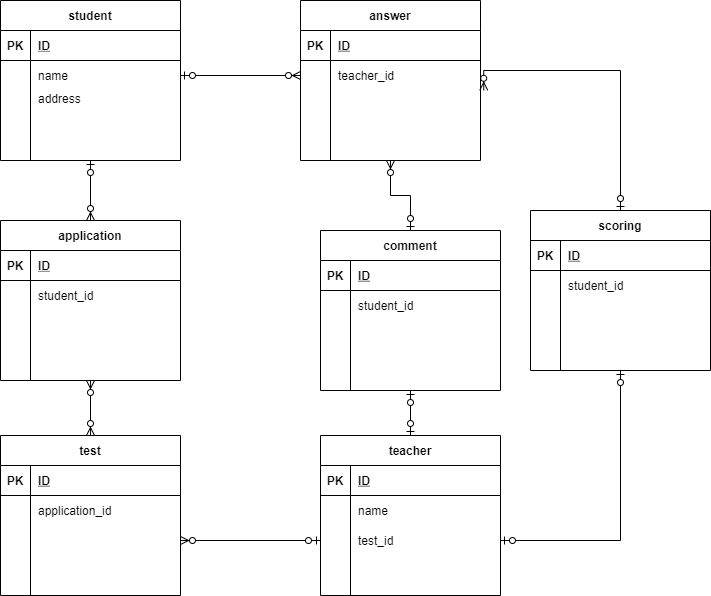
This is index.drawio.png from kouheidesu/gyarmex11, a draw.io export, as it was before one commit. Source tidied: cells renumbered, new cells last; positions are measured from the earlier drawing's top-left corner, leaving out a move shared by most shapes.
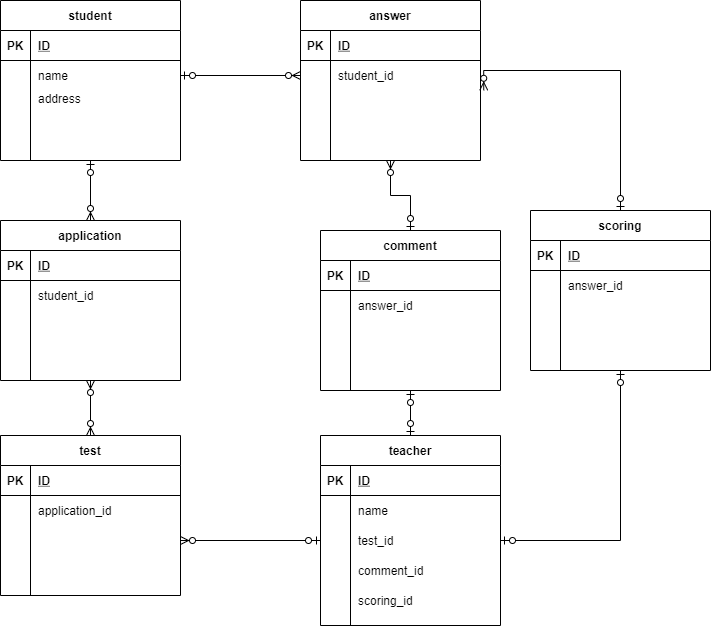
After the change.

Change to the diagram source:
```diff
@@ -68,7 +68,7 @@
     <mxCell id="23" style="shape=partialRectangle;fillColor=none;top=0;left=0;bottom=0;right=0;overflow=hidden;" parent="22" vertex="1">
       <mxGeometry width="30" height="30" as="geometry" />
     </mxCell>
-    <mxCell id="24" value="student_id" style="shape=partialRectangle;fillColor=none;top=0;left=0;bottom=0;right=0;align=left;spacingLeft=6;overflow=hidden;" parent="22" vertex="1">
+    <mxCell id="24" value="answer_id" style="shape=partialRectangle;fillColor=none;top=0;left=0;bottom=0;right=0;align=left;spacingLeft=6;overflow=hidden;" parent="22" vertex="1">
       <mxGeometry x="30" width="150" height="30" as="geometry" />
     </mxCell>
     <mxCell id="25" style="shape=partialRectangle;fillColor=none;top=0;left=0;bottom=0;right=0;" parent="18" vertex="1">
@@ -90,7 +90,7 @@
       <mxGeometry x="30" width="150" height="30" as="geometry" />
     </mxCell>
     <mxCell id="31" value="teacher" style="shape=table;startSize=30;rowLines=0;fontStyle=1;align=center;" parent="1" vertex="1">
-      <mxGeometry x="320" y="435" width="180" height="160" as="geometry" />
+      <mxGeometry x="320" y="435" width="180" height="190" as="geometry" />
     </mxCell>
     <mxCell id="32" style="shape=partialRectangle;fillColor=none;top=0;left=0;bottom=1;right=0;" parent="31" vertex="1">
       <mxGeometry y="30" width="180" height="30" as="geometry" />
@@ -125,9 +125,18 @@
     <mxCell id="42" style="shape=partialRectangle;fillColor=none;top=0;left=0;bottom=0;right=0;overflow=hidden;" parent="41" vertex="1">
       <mxGeometry width="30" height="30" as="geometry" />
     </mxCell>
-    <mxCell id="43" style="shape=partialRectangle;fillColor=none;top=0;left=0;bottom=0;right=0;align=left;spacingLeft=6;overflow=hidden;" parent="41" vertex="1">
+    <mxCell id="43" value="comment_id" style="shape=partialRectangle;fillColor=none;top=0;left=0;bottom=0;right=0;align=left;spacingLeft=6;overflow=hidden;" parent="41" vertex="1">
       <mxGeometry x="30" width="150" height="30" as="geometry" />
     </mxCell>
+    <mxCell id="101" style="shape=partialRectangle;fillColor=none;top=0;left=0;bottom=0;right=0;" parent="31" vertex="1">
+      <mxGeometry y="150" width="180" height="30" as="geometry" />
+    </mxCell>
+    <mxCell id="102" style="shape=partialRectangle;fillColor=none;top=0;left=0;bottom=0;right=0;overflow=hidden;" parent="101" vertex="1">
+      <mxGeometry width="30" height="30" as="geometry" />
+    </mxCell>
+    <mxCell id="103" value="scoring_id" style="shape=partialRectangle;fillColor=none;top=0;left=0;bottom=0;right=0;align=left;spacingLeft=6;overflow=hidden;" parent="101" vertex="1">
+      <mxGeometry x="30" width="150" height="30" as="geometry" />
+    </mxCell>
     <mxCell id="44" style="edgeStyle=orthogonalEdgeStyle;rounded=0;jettySize=auto;html=1;exitX=0.5;exitY=1;exitDx=0;exitDy=0;startArrow=ERzeroToMany;startFill=1;endArrow=ERzeroToMany;endFill=1;" parent="1" edge="1" source="45" target="86">
       <mxGeometry relative="1" as="geometry" />
     </mxCell>
@@ -194,7 +203,7 @@
     <mxCell id="65" style="shape=partialRectangle;fillColor=none;top=0;left=0;bottom=0;right=0;overflow=hidden;" parent="64" vertex="1">
       <mxGeometry width="30" height="30" as="geometry" />
     </mxCell>
-    <mxCell id="66" value="student_id" style="shape=partialRectangle;fillColor=none;top=0;left=0;bottom=0;right=0;align=left;spacingLeft=6;overflow=hidden;" parent="64" vertex="1">
+    <mxCell id="66" value="answer_id" style="shape=partialRectangle;fillColor=none;top=0;left=0;bottom=0;right=0;align=left;spacingLeft=6;overflow=hidden;" parent="64" vertex="1">
       <mxGeometry x="30" width="150" height="30" as="geometry" />
     </mxCell>
     <mxCell id="67" style="shape=partialRectangle;fillColor=none;top=0;left=0;bottom=0;right=0;" parent="60" vertex="1">
@@ -233,7 +242,7 @@
     <mxCell id="78" style="shape=partialRectangle;fillColor=none;top=0;left=0;bottom=0;right=0;overflow=hidden;" parent="77" vertex="1">
       <mxGeometry width="30" height="30" as="geometry" />
     </mxCell>
-    <mxCell id="79" value="teacher_id" style="shape=partialRectangle;fillColor=none;top=0;left=0;bottom=0;right=0;align=left;spacingLeft=6;overflow=hidden;" parent="77" vertex="1">
+    <mxCell id="79" value="student_id" style="shape=partialRectangle;fillColor=none;top=0;left=0;bottom=0;right=0;align=left;spacingLeft=6;overflow=hidden;" parent="77" vertex="1">
       <mxGeometry x="30" width="150" height="30" as="geometry" />
     </mxCell>
     <mxCell id="80" style="shape=partialRectangle;fillColor=none;top=0;left=0;bottom=0;right=0;points=[[0,0.5],[1,0.5]];portConstraint=eastwest;" parent="73" vertex="1">
```
